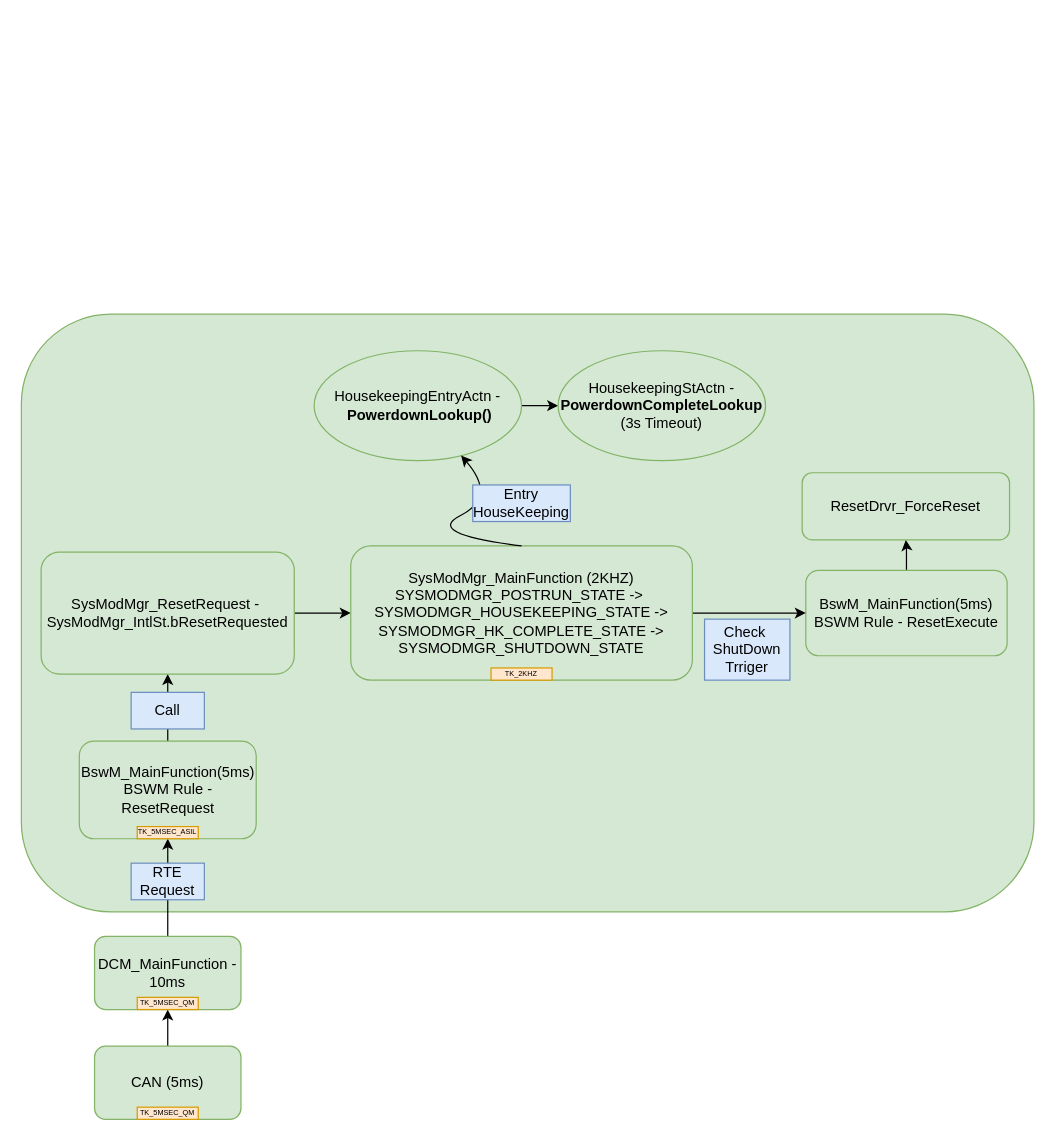
The draw.io diagram reset_procedure.drawio in woshitanwang/pics_procdure, before the edit. Source tidied: cells renumbered, new cells numbered last; positions are measured from the earlier drawing's top-left corner, leaving out a move shared by most shapes. Both pictures are drawn from the tidied source at 122%, with x=0, y=0 at pixel (21, 314).
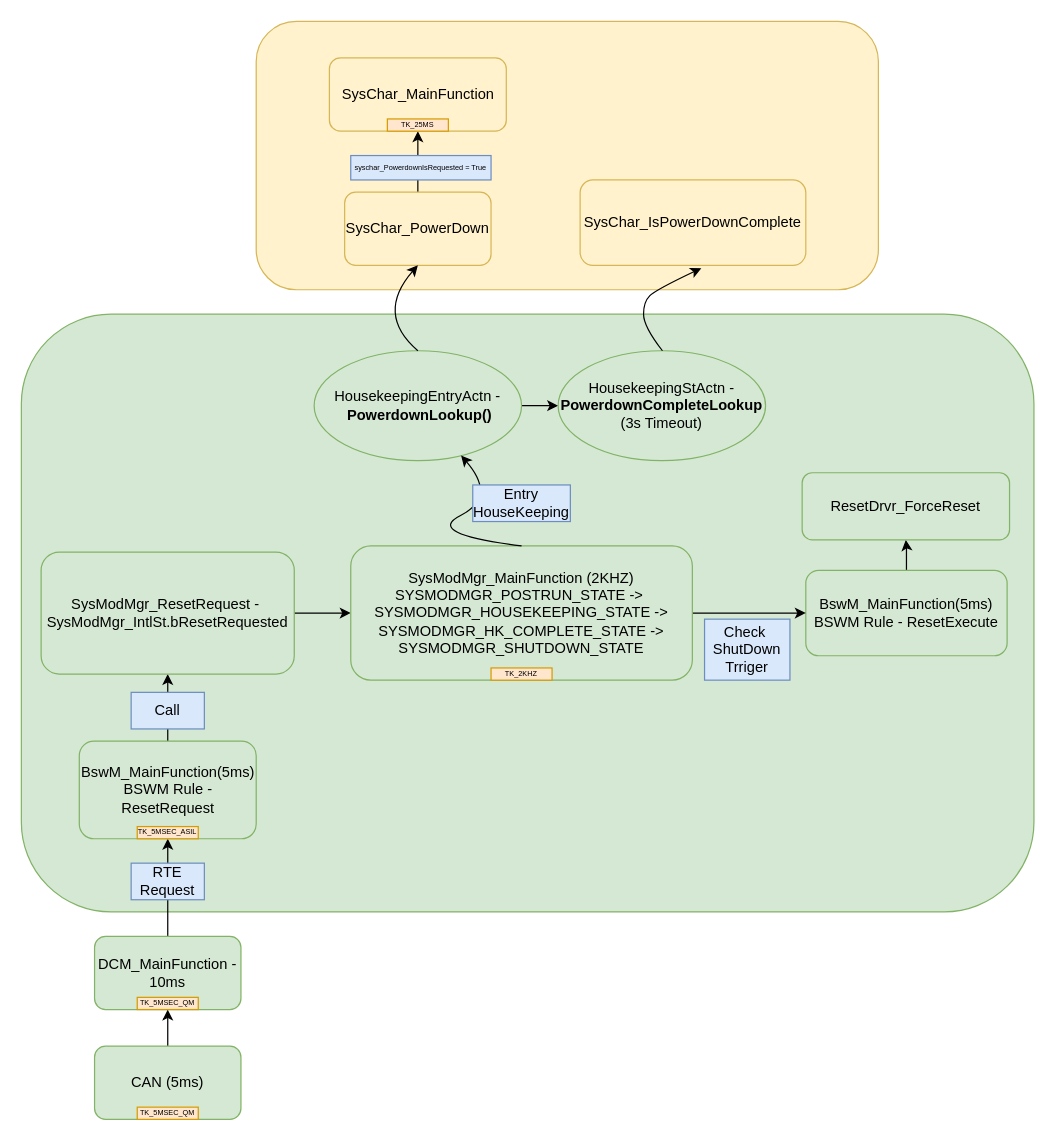
The same page after the edit.

The change refers to these unchanged cells:
```xml
<mxCell id="20" value="HousekeepingEntryActn -&amp;nbsp;&lt;b&gt;PowerdownLookup()&lt;/b&gt;" style="ellipse;whiteSpace=wrap;html=1;fillColor=#d5e8d4;strokeColor=#82b366;" parent="1" vertex="1">
  <mxGeometry x="240" y="30" width="170" height="90" as="geometry" />
</mxCell>
```

What changed in the source:
```diff
@@
+    <mxCell id="28" style="rounded=1;whiteSpace=wrap;html=1;fillColor=#fff2cc;strokeColor=#d6b656;" parent="1" vertex="1">
+      <mxGeometry x="192.5" y="-240" width="510" height="220" as="geometry" />
+    </mxCell>
@@
+    <mxCell id="29" style="edgeStyle=orthogonalEdgeStyle;rounded=0;jettySize=auto;html=1;" parent="1" edge="1" source="30" target="32">
+      <mxGeometry relative="1" as="geometry" />
+    </mxCell>
+    <mxCell id="30" value="SysChar_PowerDown" style="rounded=1;whiteSpace=wrap;html=1;fillColor=#fff2cc;strokeColor=#d6b656;" parent="1" vertex="1">
+      <mxGeometry x="265" y="-100" width="120" height="60" as="geometry" />
+    </mxCell>
+    <mxCell id="31" value="SysChar_MainFunction" style="rounded=1;whiteSpace=wrap;html=1;fillColor=#fff2cc;strokeColor=#d6b656;" parent="1" vertex="1">
+      <mxGeometry x="252.5" y="-210" width="145" height="60" as="geometry" />
+    </mxCell>
+    <mxCell id="32" value="TK_25MS" style="text;html=1;strokeColor=#d79b00;fillColor=#ffe6cc;align=center;verticalAlign=middle;whiteSpace=wrap;rounded=0;fontSize=6;" parent="1" vertex="1">
+      <mxGeometry x="300" y="-160" width="50" height="10" as="geometry" />
+    </mxCell>
+    <mxCell id="33" style="curved=1;endArrow=classic;html=1;rounded=0;exitX=0.5;exitY=0;exitDx=0;exitDy=0;entryX=0.5;entryY=1;entryDx=0;entryDy=0;" parent="1" edge="1" source="20" target="30">
+      <mxGeometry relative="1" as="geometry">
+        <Array as="points">
+          <mxPoint x="290" />
+        </Array>
+      </mxGeometry>
+    </mxCell>
+    <mxCell id="34" value="SysChar_IsPowerDownComplete" style="rounded=1;whiteSpace=wrap;html=1;fillColor=#fff2cc;strokeColor=#d6b656;" parent="1" vertex="1">
+      <mxGeometry x="458" y="-110" width="185" height="70" as="geometry" />
+    </mxCell>
+    <mxCell id="35" style="curved=1;endArrow=classic;html=1;rounded=0;entryX=0.537;entryY=1.033;entryDx=0;entryDy=0;entryPerimeter=0;" parent="1" edge="1" target="34">
+      <mxGeometry relative="1" as="geometry">
+        <mxPoint x="525.5" y="30" as="sourcePoint" />
+        <Array as="points">
+          <mxPoint x="510" y="10" />
+          <mxPoint x="510" y="-10" />
+          <mxPoint x="520" y="-20" />
+        </Array>
+      </mxGeometry>
+    </mxCell>
+    <mxCell id="36" value="syschar_PowerdownIsRequested = True" style="text;html=1;strokeColor=#6c8ebf;fillColor=#dae8fc;align=center;verticalAlign=middle;whiteSpace=wrap;rounded=0;fontSize=6;" parent="1" vertex="1">
+      <mxGeometry x="270" y="-130" width="115" height="20" as="geometry" />
+    </mxCell>
```
